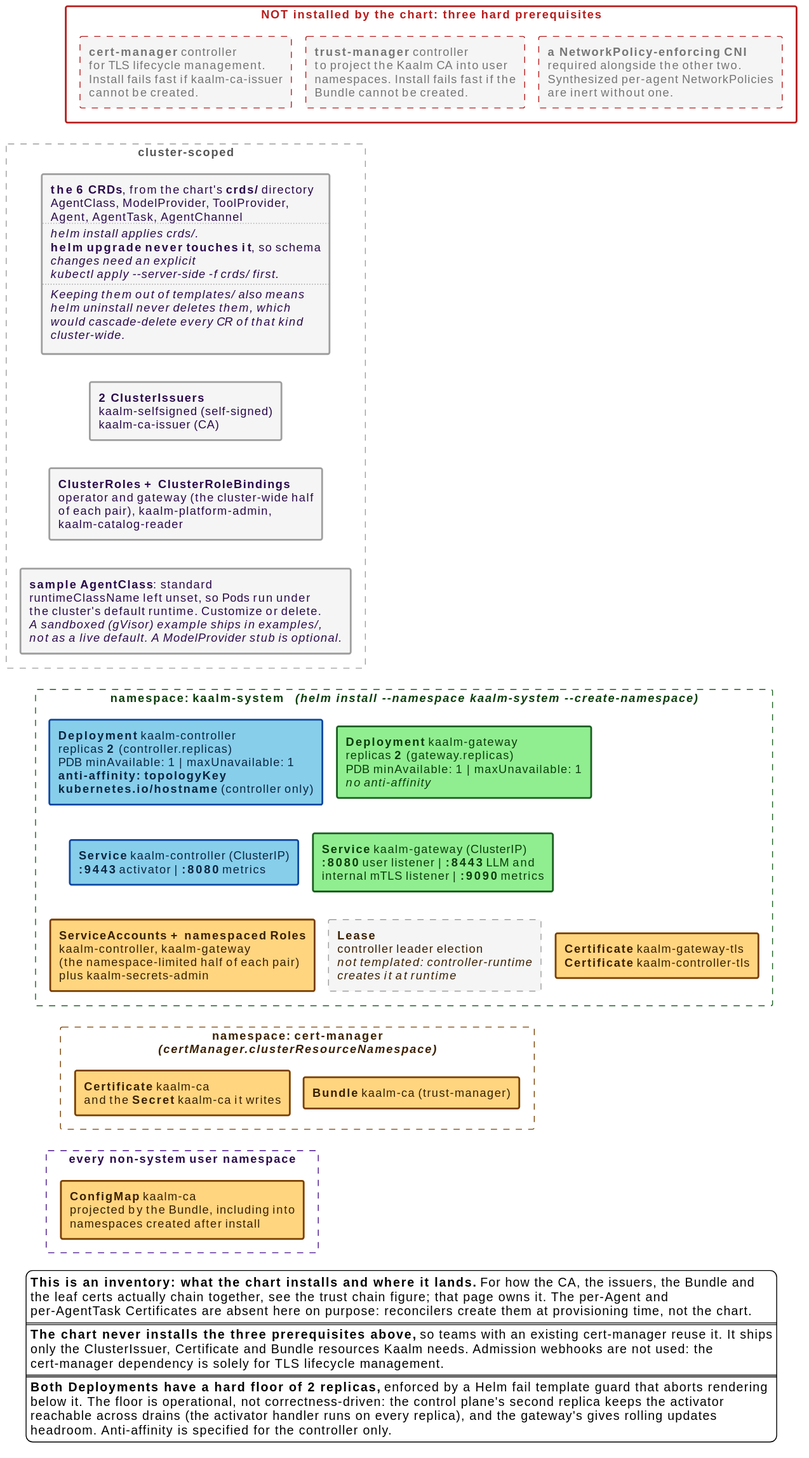
This is docs/src/diagrams/helm-install-inventory.svg from win07xp/kaalm, a PlantUML export, as it was before one commit.
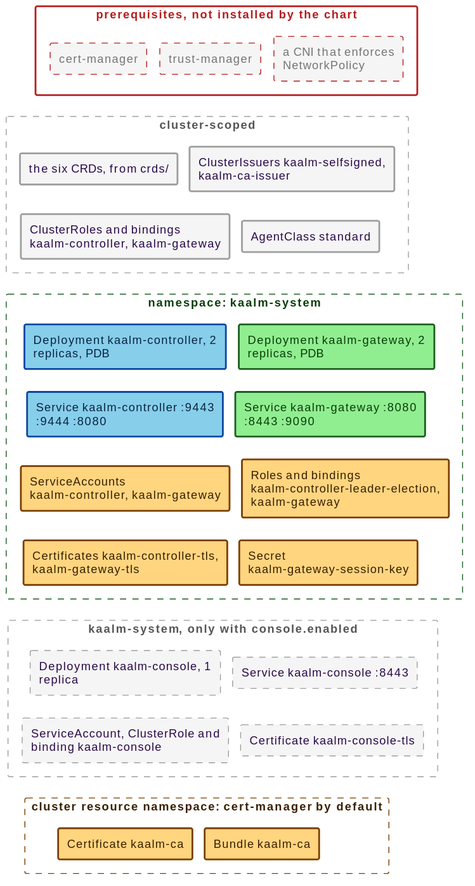
Above is the later version.

Diff of the diagram source:
```diff
@@ -1,84 +1,59 @@
 @startuml
 !include _style.puml
-
-skinparam wrapWidth 360
-skinparam nodesep 16
-skinparam ranksep 32
+skinparam nodesep 14
+skinparam ranksep 26
 skinparam rectangle {
   roundCorner 4
 }
-
-rectangle "**NOT installed by the chart: three hard prerequisites**" as prereq #line:B71C1C;line.bold;text:B71C1C {
-  rectangle "**cert-manager** controller\nfor TLS lifecycle management.\nInstall fails fast if kaalm-ca-issuer\ncannot be created." as pcm #back:F5F5F5;line:B71C1C;line.dashed;text:757575
-  rectangle "**trust-manager** controller\nto project the Kaalm CA into user\nnamespaces. Install fails fast if the\nBundle cannot be created." as ptm #back:F5F5F5;line:B71C1C;line.dashed;text:757575
-  rectangle "**a NetworkPolicy-enforcing CNI**\nrequired alongside the other two.\nSynthesized per-agent NetworkPolicies\nare inert without one." as pcni #back:F5F5F5;line:B71C1C;line.dashed;text:757575
+rectangle "**prerequisites, not installed by the chart**" as prereq #line:B71C1C;line.bold;text:B71C1C {
+  rectangle "cert-manager" as pcm #back:F5F5F5;line:B71C1C;line.dashed;text:757575
+  rectangle "trust-manager" as ptm #back:F5F5F5;line:B71C1C;line.dashed;text:757575
+  rectangle "a CNI that enforces NetworkPolicy" as pcni #back:F5F5F5;line:B71C1C;line.dashed;text:757575
 }
-
 rectangle "**cluster-scoped**" as band #line:9E9E9E;line.dashed;text:555555 {
-  rectangle "**the 6 CRDs**, from the chart's **crds/** directory\nAgentClass, ModelProvider, ToolProvider,\nAgent, AgentTask, AgentChannel\n....\n//helm install applies crds/.//\n**helm upgrade never touches it**, so schema\n//changes need an explicit//\n//kubectl apply ~--server-side -f crds/ first.//\n....\n//Keeping them out of templates/ also means//\n//helm uninstall never deletes them, which//\n//would cascade-delete every CR of that kind//\n//cluster-wide.//" as crds #back:F5F5F5;line:9E9E9E;line.bold;text:2a0a4a
-
-  rectangle "**2 ClusterIssuers**\nkaalm-selfsigned (self-signed)\nkaalm-ca-issuer (CA)" as issuers #back:F5F5F5;line:9E9E9E;line.bold;text:2a0a4a
-
-  rectangle "**ClusterRoles + ClusterRoleBindings**\noperator and gateway (the cluster-wide half\nof each pair), kaalm-platform-admin,\nkaalm-catalog-reader" as clusterroles #back:F5F5F5;line:9E9E9E;line.bold;text:2a0a4a
-
-  rectangle "**sample AgentClass**: standard\nruntimeClassName left unset, so Pods run under\nthe cluster's default runtime. Customize or delete.\n//A sandboxed (gVisor) example ships in examples/,//\n//not as a live default. A ModelProvider stub is optional.//" as sample #back:F5F5F5;line:9E9E9E;line.bold;text:2a0a4a
+  rectangle "the six CRDs, from crds/" as crds #back:F5F5F5;line:9E9E9E;line.bold;text:2a0a4a
+  rectangle "ClusterIssuers kaalm-selfsigned, kaalm-ca-issuer" as issuers #back:F5F5F5;line:9E9E9E;line.bold;text:2a0a4a
+  rectangle "ClusterRoles and bindings kaalm-controller, kaalm-gateway" as clusterroles #back:F5F5F5;line:9E9E9E;line.bold;text:2a0a4a
+  rectangle "AgentClass standard" as sample #back:F5F5F5;line:9E9E9E;line.bold;text:2a0a4a
 }
-
-rectangle "namespace: **kaalm-system**   //(helm install ~--namespace kaalm-system ~--create-namespace)//" as nssys #line:1B5E20;line.dashed;text:0b3d0b {
-  rectangle "**Deployment** kaalm-controller\nreplicas **2** (controller.replicas)\nPDB minAvailable: 1 | maxUnavailable: 1\n**anti-affinity: topologyKey**\n**kubernetes.io/hostname** (controller only)" as dctrl #back:87CEEB;line:0D47A1;line.bold;text:0a2540
-
-  rectangle "**Deployment** kaalm-gateway\nreplicas **2** (gateway.replicas)\nPDB minAvailable: 1 | maxUnavailable: 1\n//no anti-affinity//" as dgw #back:90EE90;line:1B5E20;line.bold;text:0b3d0b
-
-  rectangle "**Service** kaalm-controller (ClusterIP)\n**:9443** activator | **:8080** metrics" as svcctrl #back:87CEEB;line:0D47A1;line.bold;text:0a2540
-
-  rectangle "**Service** kaalm-gateway (ClusterIP)\n**:8080** user listener | **:8443** LLM and\ninternal mTLS listener | **:9090** metrics" as svcgw #back:90EE90;line:1B5E20;line.bold;text:0b3d0b
-
-  rectangle "**ServiceAccounts + namespaced Roles**\nkaalm-controller, kaalm-gateway\n(the namespace-limited half of each pair)\nplus kaalm-secrets-admin" as sas #back:FFD580;line:7a3f00;line.bold;text:3a1f00
-
-  rectangle "**Lease**\ncontroller leader election\n//not templated: controller-runtime//\n//creates it at runtime//" as lease #back:F5F5F5;line:9E9E9E;line.dashed;text:3a1f00
-
-  rectangle "**Certificate** kaalm-gateway-tls\n**Certificate** kaalm-controller-tls" as leafcerts #back:FFD580;line:7a3f00;line.bold;text:3a1f00
+rectangle "namespace: **kaalm-system**" as nssys #line:1B5E20;line.dashed;text:0b3d0b {
+  rectangle "Deployment kaalm-controller, 2 replicas, PDB" as dctrl #back:87CEEB;line:0D47A1;line.bold;text:0a2540
+  rectangle "Deployment kaalm-gateway, 2 replicas, PDB" as dgw #back:90EE90;line:1B5E20;line.bold;text:0b3d0b
+  rectangle "Service kaalm-controller :9443 :9444 :8080" as svcctrl #back:87CEEB;line:0D47A1;line.bold;text:0a2540
+  rectangle "Service kaalm-gateway :8080 :8443 :9090" as svcgw #back:90EE90;line:1B5E20;line.bold;text:0b3d0b
+  rectangle "ServiceAccounts kaalm-controller, kaalm-gateway" as sas #back:FFD580;line:7a3f00;line.bold;text:3a1f00
+  rectangle "Roles and bindings kaalm-controller-leader-election, kaalm-gateway" as roles #back:FFD580;line:7a3f00;line.bold;text:3a1f00
+  rectangle "Certificates kaalm-controller-tls, kaalm-gateway-tls" as leafcerts #back:FFD580;line:7a3f00;line.bold;text:3a1f00
+  rectangle "Secret kaalm-gateway-session-key" as skey #back:FFD580;line:7a3f00;line.bold;text:3a1f00
 }
-
-rectangle "namespace: **cert-manager**\n//(certManager.clusterResourceNamespace)//" as nscm #line:7a3f00;line.dashed;text:3a1f00 {
-  rectangle "**Certificate** kaalm-ca\nand the **Secret** kaalm-ca it writes" as cacert #back:FFD580;line:7a3f00;line.bold;text:3a1f00
-  rectangle "**Bundle** kaalm-ca (trust-manager)" as bundle #back:FFD580;line:7a3f00;line.bold;text:3a1f00
+rectangle "**kaalm-system**, only with console.enabled" as nscon #line:9E9E9E;line.dashed;text:555555 {
+  rectangle "Deployment kaalm-console, 1 replica" as dcon #back:F5F5F5;line:9E9E9E;line.dashed;text:2a0a4a
+  rectangle "Service kaalm-console :8443" as svccon #back:F5F5F5;line:9E9E9E;line.dashed;text:2a0a4a
+  rectangle "ServiceAccount, ClusterRole and binding kaalm-console" as rbcon #back:F5F5F5;line:9E9E9E;line.dashed;text:2a0a4a
+  rectangle "Certificate kaalm-console-tls" as certcon #back:F5F5F5;line:9E9E9E;line.dashed;text:2a0a4a
 }
-
-rectangle "every non-system **user namespace**" as nsuser #line:4A148C;line.dashed;text:2a0a4a {
-  rectangle "**ConfigMap** kaalm-ca\nprojected by the Bundle, including into\nnamespaces created after install" as cacm #back:FFD580;line:7a3f00;line.bold;text:3a1f00
+rectangle "cluster resource namespace: **cert-manager** by default" as nscm #line:7a3f00;line.dashed;text:3a1f00 {
+  rectangle "Certificate kaalm-ca" as cacert #back:FFD580;line:7a3f00;line.bold;text:3a1f00
+  rectangle "Bundle kaalm-ca" as bundle #back:FFD580;line:7a3f00;line.bold;text:3a1f00
 }
-
-crds -[hidden]down- issuers
-issuers -[hidden]down- clusterroles
-clusterroles -[hidden]down- sample
+pcm -[hidden]right- ptm
+ptm -[hidden]right- pcni
+crds -[hidden]right- issuers
+clusterroles -[hidden]right- sample
+crds -[hidden]down- clusterroles
 dctrl -[hidden]right- dgw
 svcctrl -[hidden]right- svcgw
+sas -[hidden]right- roles
+leafcerts -[hidden]right- skey
 dctrl -[hidden]down- svcctrl
 svcctrl -[hidden]down- sas
-sas -[hidden]right- lease
-lease -[hidden]right- leafcerts
+sas -[hidden]down- leafcerts
+dcon -[hidden]right- svccon
+rbcon -[hidden]right- certcon
+dcon -[hidden]down- rbcon
 cacert -[hidden]right- bundle
-pcm -[hidden]right- ptm
-ptm -[hidden]right- pcni
-
 pcm -[hidden]down- crds
-sample -[hidden]down- dctrl
-sas -[hidden]down- cacert
-cacert -[hidden]down- cacm
-
-legend bottom
-  **This is an inventory: what the chart installs and where it lands.** For how the CA, the issuers, the Bundle and
-  the leaf certs actually chain together, see the trust chain figure; that page owns it. The per-Agent and
-  per-AgentTask Certificates are absent here on purpose: reconcilers create them at provisioning time, not the chart.
-  ====
-  **The chart never installs the three prerequisites above,** so teams with an existing cert-manager reuse it. It ships
-  only the ClusterIssuer, Certificate and Bundle resources Kaalm needs. Admission webhooks are not used: the
-  cert-manager dependency is solely for TLS lifecycle management.
-  ====
-  **Both Deployments have a hard floor of 2 replicas,** enforced by a Helm fail template guard that aborts rendering
-  below it. The floor is operational, not correctness-driven: the control plane's second replica keeps the activator
-  reachable across drains (the activator handler runs on every replica), and the gateway's gives rolling updates
-  headroom. Anti-affinity is specified for the controller only.
-endlegend
+clusterroles -[hidden]down- dctrl
+leafcerts -[hidden]down- dcon
+rbcon -[hidden]down- cacert
 @enduml
```
